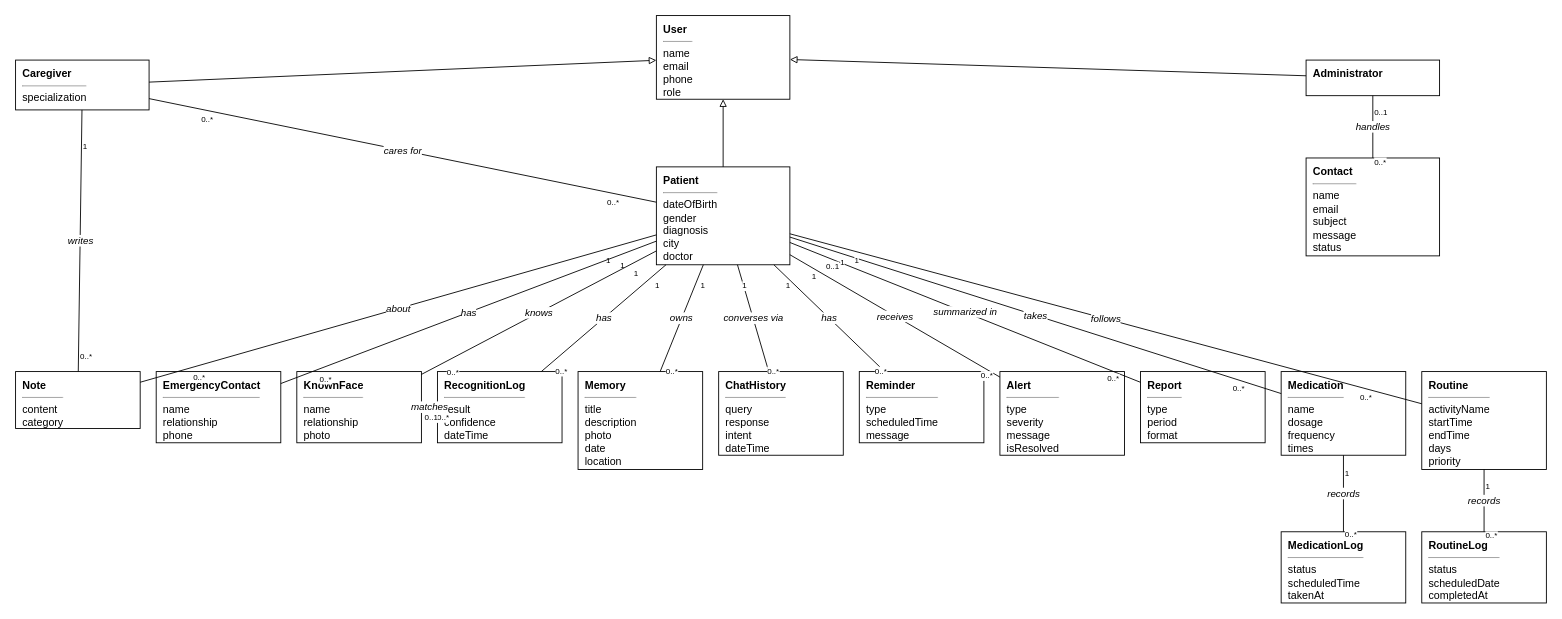
Above: docs/diagrams/domain-model.drawio.xml in Iraj-Shahzad/memoracare- (draw.io), before the change. Source tidied: cells renumbered, new cells numbered last; positions are measured from the earlier drawing's top-left corner, leaving out a move shared by most shapes. Both pictures are drawn from the tidied source at 89%, with x=0, y=0 at pixel (15, 15).
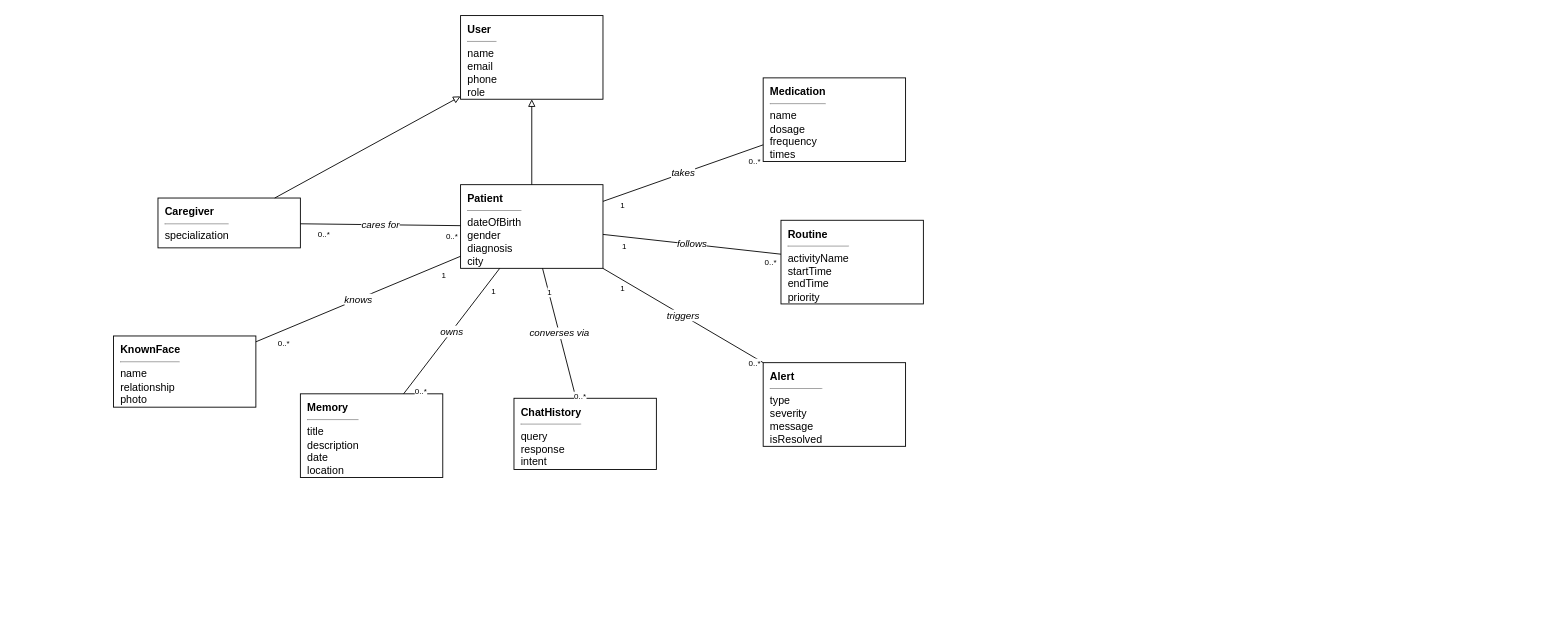
The same page after the edit.

Commit message (it also covers changes not shown here):
Domain Model: simple core version (9 concepts, clean radial, no crossings)

What changed in the source:
```diff
@@
     <mxCell id="2" value="&lt;b&gt;User&lt;/b&gt;&lt;hr size=&quot;1&quot;&gt;name&lt;br&gt;email&lt;br&gt;phone&lt;br&gt;role" style="rounded=0;whiteSpace=wrap;html=1;verticalAlign=top;spacingTop=2;fillColor=#ffffff;align=left;spacingLeft=6;" parent="1" vertex="1">
-      <mxGeometry x="720" width="150" height="94" as="geometry" />
+      <mxGeometry x="500" width="160" height="94" as="geometry" />
     </mxCell>
-    <mxCell id="3" value="&lt;b&gt;Patient&lt;/b&gt;&lt;hr size=&quot;1&quot;&gt;dateOfBirth&lt;br&gt;gender&lt;br&gt;diagnosis&lt;br&gt;city&lt;br&gt;doctor" style="rounded=0;whiteSpace=wrap;html=1;verticalAlign=top;spacingTop=2;fillColor=#ffffff;align=left;spacingLeft=6;" parent="1" vertex="1">
-      <mxGeometry x="720" y="170" width="150" height="110" as="geometry" />
+    <mxCell id="3" value="&lt;b&gt;Patient&lt;/b&gt;&lt;hr size=&quot;1&quot;&gt;dateOfBirth&lt;br&gt;gender&lt;br&gt;diagnosis&lt;br&gt;city" style="rounded=0;whiteSpace=wrap;html=1;verticalAlign=top;spacingTop=2;fillColor=#ffffff;align=left;spacingLeft=6;" parent="1" vertex="1">
+      <mxGeometry x="500" y="190" width="160" height="94" as="geometry" />
     </mxCell>
     <mxCell id="4" value="&lt;b&gt;Caregiver&lt;/b&gt;&lt;hr size=&quot;1&quot;&gt;specialization" style="rounded=0;whiteSpace=wrap;html=1;verticalAlign=top;spacingTop=2;fillColor=#ffffff;align=left;spacingLeft=6;" parent="1" vertex="1">
-      <mxGeometry y="50" width="150" height="56" as="geometry" />
+      <mxGeometry x="160" y="205" width="160" height="56" as="geometry" />
     </mxCell>
-    <mxCell id="5" value="&lt;b&gt;Administrator&lt;/b&gt;" style="rounded=0;whiteSpace=wrap;html=1;verticalAlign=top;spacingTop=2;fillColor=#ffffff;align=left;spacingLeft=6;" parent="1" vertex="1">
-      <mxGeometry x="1450" y="50" width="150" height="40" as="geometry" />
-    </mxCell>
-    <mxCell id="6" value="&lt;b&gt;Contact&lt;/b&gt;&lt;hr size=&quot;1&quot;&gt;name&lt;br&gt;email&lt;br&gt;subject&lt;br&gt;message&lt;br&gt;status" style="rounded=0;whiteSpace=wrap;html=1;verticalAlign=top;spacingTop=2;fillColor=#ffffff;align=left;spacingLeft=6;" parent="1" vertex="1">
-      <mxGeometry x="1450" y="160" width="150" height="110" as="geometry" />
-    </mxCell>
-    <mxCell id="7" value="&lt;b&gt;Note&lt;/b&gt;&lt;hr size=&quot;1&quot;&gt;content&lt;br&gt;category" style="rounded=0;whiteSpace=wrap;html=1;verticalAlign=top;spacingTop=2;fillColor=#ffffff;align=left;spacingLeft=6;" parent="1" vertex="1">
-      <mxGeometry y="400" width="140" height="64" as="geometry" />
-    </mxCell>
-    <mxCell id="8" value="&lt;b&gt;EmergencyContact&lt;/b&gt;&lt;hr size=&quot;1&quot;&gt;name&lt;br&gt;relationship&lt;br&gt;phone" style="rounded=0;whiteSpace=wrap;html=1;verticalAlign=top;spacingTop=2;fillColor=#ffffff;align=left;spacingLeft=6;" parent="1" vertex="1">
-      <mxGeometry x="158" y="400" width="140" height="80" as="geometry" />
-    </mxCell>
-    <mxCell id="9" value="&lt;b&gt;KnownFace&lt;/b&gt;&lt;hr size=&quot;1&quot;&gt;name&lt;br&gt;relationship&lt;br&gt;photo" style="rounded=0;whiteSpace=wrap;html=1;verticalAlign=top;spacingTop=2;fillColor=#ffffff;align=left;spacingLeft=6;" parent="1" vertex="1">
-      <mxGeometry x="316" y="400" width="140" height="80" as="geometry" />
-    </mxCell>
-    <mxCell id="10" value="&lt;b&gt;RecognitionLog&lt;/b&gt;&lt;hr size=&quot;1&quot;&gt;result&lt;br&gt;confidence&lt;br&gt;dateTime" style="rounded=0;whiteSpace=wrap;html=1;verticalAlign=top;spacingTop=2;fillColor=#ffffff;align=left;spacingLeft=6;" parent="1" vertex="1">
-      <mxGeometry x="474" y="400" width="140" height="80" as="geometry" />
-    </mxCell>
-    <mxCell id="11" value="&lt;b&gt;Memory&lt;/b&gt;&lt;hr size=&quot;1&quot;&gt;title&lt;br&gt;description&lt;br&gt;photo&lt;br&gt;date&lt;br&gt;location" style="rounded=0;whiteSpace=wrap;html=1;verticalAlign=top;spacingTop=2;fillColor=#ffffff;align=left;spacingLeft=6;" parent="1" vertex="1">
-      <mxGeometry x="632" y="400" width="140" height="110" as="geometry" />
-    </mxCell>
-    <mxCell id="12" value="&lt;b&gt;ChatHistory&lt;/b&gt;&lt;hr size=&quot;1&quot;&gt;query&lt;br&gt;response&lt;br&gt;intent&lt;br&gt;dateTime" style="rounded=0;whiteSpace=wrap;html=1;verticalAlign=top;spacingTop=2;fillColor=#ffffff;align=left;spacingLeft=6;" parent="1" vertex="1">
-      <mxGeometry x="790" y="400" width="140" height="94" as="geometry" />
-    </mxCell>
-    <mxCell id="13" value="&lt;b&gt;Reminder&lt;/b&gt;&lt;hr size=&quot;1&quot;&gt;type&lt;br&gt;scheduledTime&lt;br&gt;message" style="rounded=0;whiteSpace=wrap;html=1;verticalAlign=top;spacingTop=2;fillColor=#ffffff;align=left;spacingLeft=6;" parent="1" vertex="1">
-      <mxGeometry x="948" y="400" width="140" height="80" as="geometry" />
-    </mxCell>
-    <mxCell id="14" value="&lt;b&gt;Alert&lt;/b&gt;&lt;hr size=&quot;1&quot;&gt;type&lt;br&gt;severity&lt;br&gt;message&lt;br&gt;isResolved" style="rounded=0;whiteSpace=wrap;html=1;verticalAlign=top;spacingTop=2;fillColor=#ffffff;align=left;spacingLeft=6;" parent="1" vertex="1">
-      <mxGeometry x="1106" y="400" width="140" height="94" as="geometry" />
-    </mxCell>
-    <mxCell id="15" value="&lt;b&gt;Report&lt;/b&gt;&lt;hr size=&quot;1&quot;&gt;type&lt;br&gt;period&lt;br&gt;format" style="rounded=0;whiteSpace=wrap;html=1;verticalAlign=top;spacingTop=2;fillColor=#ffffff;align=left;spacingLeft=6;" parent="1" vertex="1">
-      <mxGeometry x="1264" y="400" width="140" height="80" as="geometry" />
-    </mxCell>
     <mxCell id="16" value="&lt;b&gt;Medication&lt;/b&gt;&lt;hr size=&quot;1&quot;&gt;name&lt;br&gt;dosage&lt;br&gt;frequency&lt;br&gt;times" style="rounded=0;whiteSpace=wrap;html=1;verticalAlign=top;spacingTop=2;fillColor=#ffffff;align=left;spacingLeft=6;" parent="1" vertex="1">
-      <mxGeometry x="1422" y="400" width="140" height="94" as="geometry" />
+      <mxGeometry x="840" y="70" width="160" height="94" as="geometry" />
     </mxCell>
-    <mxCell id="17" value="&lt;b&gt;Routine&lt;/b&gt;&lt;hr size=&quot;1&quot;&gt;activityName&lt;br&gt;startTime&lt;br&gt;endTime&lt;br&gt;days&lt;br&gt;priority" style="rounded=0;whiteSpace=wrap;html=1;verticalAlign=top;spacingTop=2;fillColor=#ffffff;align=left;spacingLeft=6;" parent="1" vertex="1">
-      <mxGeometry x="1580" y="400" width="140" height="110" as="geometry" />
+    <mxCell id="17" value="&lt;b&gt;Routine&lt;/b&gt;&lt;hr size=&quot;1&quot;&gt;activityName&lt;br&gt;startTime&lt;br&gt;endTime&lt;br&gt;priority" style="rounded=0;whiteSpace=wrap;html=1;verticalAlign=top;spacingTop=2;fillColor=#ffffff;align=left;spacingLeft=6;" parent="1" vertex="1">
+      <mxGeometry x="860" y="230" width="160" height="94" as="geometry" />
     </mxCell>
-    <mxCell id="18" value="&lt;b&gt;MedicationLog&lt;/b&gt;&lt;hr size=&quot;1&quot;&gt;status&lt;br&gt;scheduledTime&lt;br&gt;takenAt" style="rounded=0;whiteSpace=wrap;html=1;verticalAlign=top;spacingTop=2;fillColor=#ffffff;align=left;spacingLeft=6;" parent="1" vertex="1">
-      <mxGeometry x="1422" y="580" width="140" height="80" as="geometry" />
-    </mxCell>
-    <mxCell id="19" value="&lt;b&gt;RoutineLog&lt;/b&gt;&lt;hr size=&quot;1&quot;&gt;status&lt;br&gt;scheduledDate&lt;br&gt;completedAt" style="rounded=0;whiteSpace=wrap;html=1;verticalAlign=top;spacingTop=2;fillColor=#ffffff;align=left;spacingLeft=6;" parent="1" vertex="1">
-      <mxGeometry x="1580" y="580" width="140" height="80" as="geometry" />
-    </mxCell>
+    <mxCell id="14" value="&lt;b&gt;Alert&lt;/b&gt;&lt;hr size=&quot;1&quot;&gt;type&lt;br&gt;severity&lt;br&gt;message&lt;br&gt;isResolved" style="rounded=0;whiteSpace=wrap;html=1;verticalAlign=top;spacingTop=2;fillColor=#ffffff;align=left;spacingLeft=6;" parent="1" vertex="1">
+      <mxGeometry x="840" y="390" width="160" height="94" as="geometry" />
+    </mxCell>
+    <mxCell id="12" value="&lt;b&gt;ChatHistory&lt;/b&gt;&lt;hr size=&quot;1&quot;&gt;query&lt;br&gt;response&lt;br&gt;intent" style="rounded=0;whiteSpace=wrap;html=1;verticalAlign=top;spacingTop=2;fillColor=#ffffff;align=left;spacingLeft=6;" parent="1" vertex="1">
+      <mxGeometry x="560" y="430" width="160" height="80" as="geometry" />
+    </mxCell>
+    <mxCell id="11" value="&lt;b&gt;Memory&lt;/b&gt;&lt;hr size=&quot;1&quot;&gt;title&lt;br&gt;description&lt;br&gt;date&lt;br&gt;location" style="rounded=0;whiteSpace=wrap;html=1;verticalAlign=top;spacingTop=2;fillColor=#ffffff;align=left;spacingLeft=6;" parent="1" vertex="1">
+      <mxGeometry x="320" y="425" width="160" height="94" as="geometry" />
+    </mxCell>
+    <mxCell id="9" value="&lt;b&gt;KnownFace&lt;/b&gt;&lt;hr size=&quot;1&quot;&gt;name&lt;br&gt;relationship&lt;br&gt;photo" style="rounded=0;whiteSpace=wrap;html=1;verticalAlign=top;spacingTop=2;fillColor=#ffffff;align=left;spacingLeft=6;" parent="1" vertex="1">
+      <mxGeometry x="110" y="360" width="160" height="80" as="geometry" />
+    </mxCell>
@@
-    <mxCell id="22" style="endArrow=block;endFill=0;html=1;" parent="1" edge="1" source="5" target="2">
-      <mxGeometry relative="1" as="geometry" />
-    </mxCell>
-    <mxCell id="23" value="about" style="endArrow=none;html=1;fontStyle=2;" parent="1" edge="1" source="3" target="7">
+    <mxCell id="23" value="cares for" style="endArrow=none;html=1;fontStyle=2;" parent="1" edge="1" source="4" target="3">
       <mxGeometry relative="1" as="geometry" />
     </mxCell>
-    <mxCell id="24" value="1" style="edgeLabel;html=1;fontSize=9;" parent="23" vertex="1">
+    <mxCell id="24" value="0..*" style="edgeLabel;html=1;fontSize=9;" parent="23" vertex="1">
       <mxGeometry x="-0.8" relative="1" as="geometry" />
     </mxCell>
@@
-    <mxCell id="26" value="has" style="endArrow=none;html=1;fontStyle=2;" parent="1" edge="1" source="3" target="8">
+    <mxCell id="26" value="takes" style="endArrow=none;html=1;fontStyle=2;" parent="1" edge="1" source="3" target="16">
       <mxGeometry relative="1" as="geometry" />
     </mxCell>
@@
-    <mxCell id="29" value="knows" style="endArrow=none;html=1;fontStyle=2;" parent="1" edge="1" source="3" target="9">
+    <mxCell id="29" value="follows" style="endArrow=none;html=1;fontStyle=2;" parent="1" edge="1" source="3" target="17">
       <mxGeometry relative="1" as="geometry" />
     </mxCell>
@@
-    <mxCell id="32" value="has" style="endArrow=none;html=1;fontStyle=2;" parent="1" edge="1" source="3" target="10">
+    <mxCell id="32" value="knows" style="endArrow=none;html=1;fontStyle=2;" parent="1" edge="1" source="3" target="9">
       <mxGeometry relative="1" as="geometry" />
     </mxCell>
@@
-    <mxCell id="41" value="has" style="endArrow=none;html=1;fontStyle=2;" parent="1" edge="1" source="3" target="13">
+    <mxCell id="41" value="triggers" style="endArrow=none;html=1;fontStyle=2;" parent="1" edge="1" source="3" target="14">
       <mxGeometry relative="1" as="geometry" />
     </mxCell>
@@
-    <mxCell id="44" value="receives" style="endArrow=none;html=1;fontStyle=2;" parent="1" edge="1" source="3" target="14">
-      <mxGeometry relative="1" as="geometry" />
-    </mxCell>
-    <mxCell id="45" value="1" style="edgeLabel;html=1;fontSize=9;" parent="44" vertex="1">
-      <mxGeometry x="-0.8" relative="1" as="geometry" />
-    </mxCell>
-    <mxCell id="46" value="0..*" style="edgeLabel;html=1;fontSize=9;" parent="44" vertex="1">
-      <mxGeometry x="0.8" relative="1" as="geometry" />
-    </mxCell>
-    <mxCell id="47" value="summarized in" style="endArrow=none;html=1;fontStyle=2;" parent="1" edge="1" source="3" target="15">
-      <mxGeometry relative="1" as="geometry" />
-    </mxCell>
-    <mxCell id="48" value="0..1" style="edgeLabel;html=1;fontSize=9;" parent="47" vertex="1">
-      <mxGeometry x="-0.8" relative="1" as="geometry" />
-    </mxCell>
-    <mxCell id="49" value="0..*" style="edgeLabel;html=1;fontSize=9;" parent="47" vertex="1">
-      <mxGeometry x="0.8" relative="1" as="geometry" />
-    </mxCell>
-    <mxCell id="50" value="takes" style="endArrow=none;html=1;fontStyle=2;" parent="1" edge="1" source="3" target="16">
-      <mxGeometry relative="1" as="geometry" />
-    </mxCell>
-    <mxCell id="51" value="1" style="edgeLabel;html=1;fontSize=9;" parent="50" vertex="1">
-      <mxGeometry x="-0.8" relative="1" as="geometry" />
-    </mxCell>
-    <mxCell id="52" value="0..*" style="edgeLabel;html=1;fontSize=9;" parent="50" vertex="1">
-      <mxGeometry x="0.8" relative="1" as="geometry" />
-    </mxCell>
-    <mxCell id="53" value="follows" style="endArrow=none;html=1;fontStyle=2;" parent="1" edge="1" source="3" target="17">
-      <mxGeometry relative="1" as="geometry" />
-    </mxCell>
-    <mxCell id="54" value="1" style="edgeLabel;html=1;fontSize=9;" parent="53" vertex="1">
-      <mxGeometry x="-0.8" relative="1" as="geometry" />
-    </mxCell>
-    <mxCell id="55" value="0..*" style="edgeLabel;html=1;fontSize=9;" parent="53" vertex="1">
-      <mxGeometry x="0.8" relative="1" as="geometry" />
-    </mxCell>
-    <mxCell id="56" value="records" style="endArrow=none;html=1;fontStyle=2;" parent="1" edge="1" source="16" target="18">
-      <mxGeometry relative="1" as="geometry" />
-    </mxCell>
-    <mxCell id="57" value="1" style="edgeLabel;html=1;fontSize=9;" parent="56" vertex="1">
-      <mxGeometry x="-0.8" relative="1" as="geometry" />
-    </mxCell>
-    <mxCell id="58" value="0..*" style="edgeLabel;html=1;fontSize=9;" parent="56" vertex="1">
-      <mxGeometry x="0.8" relative="1" as="geometry" />
-    </mxCell>
-    <mxCell id="59" value="records" style="endArrow=none;html=1;fontStyle=2;" parent="1" edge="1" source="17" target="19">
-      <mxGeometry relative="1" as="geometry" />
-    </mxCell>
-    <mxCell id="60" value="1" style="edgeLabel;html=1;fontSize=9;" parent="59" vertex="1">
-      <mxGeometry x="-0.8" relative="1" as="geometry" />
-    </mxCell>
-    <mxCell id="61" value="0..*" style="edgeLabel;html=1;fontSize=9;" parent="59" vertex="1">
-      <mxGeometry x="0.8" relative="1" as="geometry" />
-    </mxCell>
-    <mxCell id="62" value="matches" style="endArrow=none;html=1;fontStyle=2;" parent="1" edge="1" source="10" target="9">
-      <mxGeometry relative="1" as="geometry" />
-    </mxCell>
-    <mxCell id="63" value="0..*" style="edgeLabel;html=1;fontSize=9;" parent="62" vertex="1">
-      <mxGeometry x="-0.8" relative="1" as="geometry" />
-    </mxCell>
-    <mxCell id="64" value="0..1" style="edgeLabel;html=1;fontSize=9;" parent="62" vertex="1">
-      <mxGeometry x="0.8" relative="1" as="geometry" />
-    </mxCell>
-    <mxCell id="65" value="cares for" style="endArrow=none;html=1;fontStyle=2;" parent="1" edge="1" source="4" target="3">
-      <mxGeometry relative="1" as="geometry" />
-    </mxCell>
-    <mxCell id="66" value="0..*" style="edgeLabel;html=1;fontSize=9;" parent="65" vertex="1">
-      <mxGeometry x="-0.8" relative="1" as="geometry" />
-    </mxCell>
-    <mxCell id="67" value="0..*" style="edgeLabel;html=1;fontSize=9;" parent="65" vertex="1">
-      <mxGeometry x="0.8" relative="1" as="geometry" />
-    </mxCell>
-    <mxCell id="68" value="writes" style="endArrow=none;html=1;fontStyle=2;" parent="1" edge="1" source="4" target="7">
-      <mxGeometry relative="1" as="geometry" />
-    </mxCell>
-    <mxCell id="69" value="1" style="edgeLabel;html=1;fontSize=9;" parent="68" vertex="1">
-      <mxGeometry x="-0.8" relative="1" as="geometry" />
-    </mxCell>
-    <mxCell id="70" value="0..*" style="edgeLabel;html=1;fontSize=9;" parent="68" vertex="1">
-      <mxGeometry x="0.8" relative="1" as="geometry" />
-    </mxCell>
-    <mxCell id="71" value="handles" style="endArrow=none;html=1;fontStyle=2;" parent="1" edge="1" source="5" target="6">
-      <mxGeometry relative="1" as="geometry" />
-    </mxCell>
-    <mxCell id="72" value="0..1" style="edgeLabel;html=1;fontSize=9;" parent="71" vertex="1">
-      <mxGeometry x="-0.8" relative="1" as="geometry" />
-    </mxCell>
-    <mxCell id="73" value="0..*" style="edgeLabel;html=1;fontSize=9;" parent="71" vertex="1">
-      <mxGeometry x="0.8" relative="1" as="geometry" />
-    </mxCell>
```
